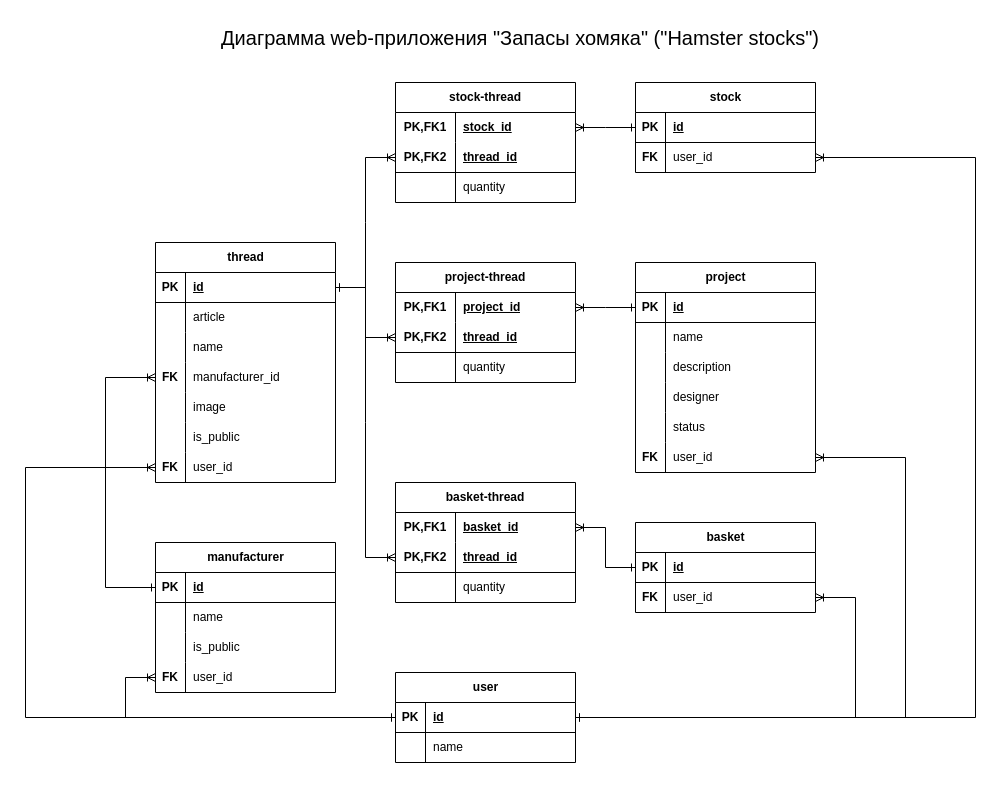
This is diagramm_hamster/Диаграмма Запасы хомяка.drawio from Vimpleks/django-hamster-stocks, a draw.io file, before an edit. Source tidied: cells renumbered, new cells numbered last; positions are measured from the earlier drawing's top-left corner, leaving out a move shared by most shapes. Both pictures are drawn from the tidied source at 100%, with x=0, y=0 at pixel (25, 17).
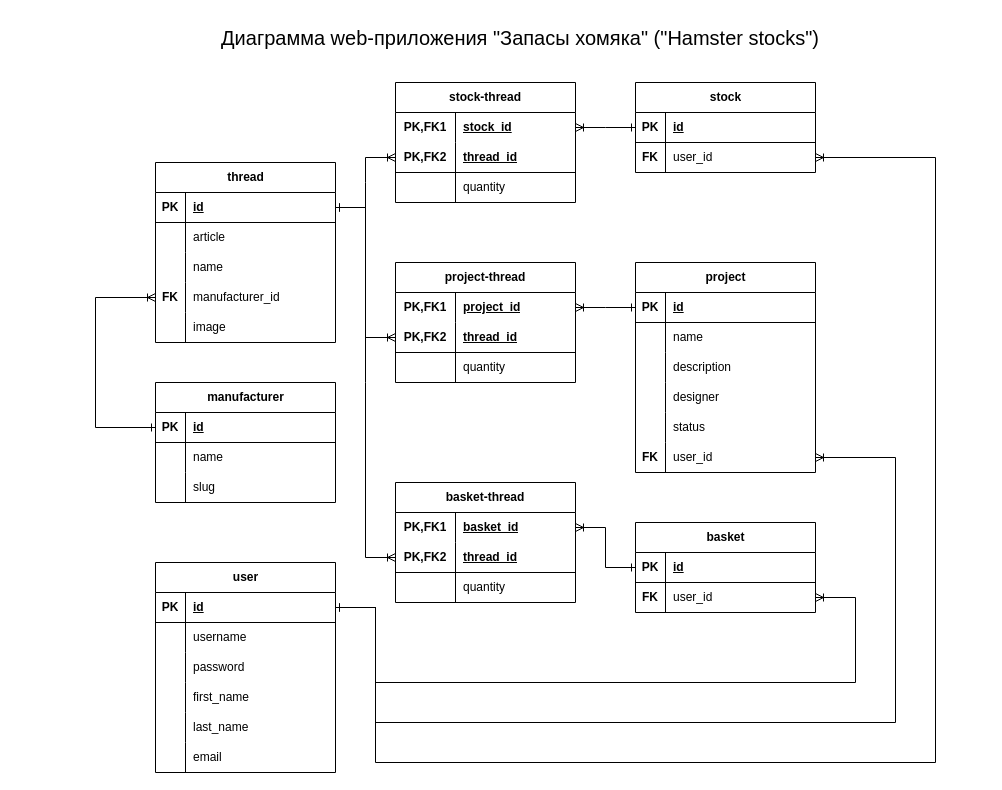
After the change.

Unchanged cells that the change refers to:
```xml
<mxCell id="12" style="shape=tableRow;horizontal=0;startSize=0;swimlaneHead=0;swimlaneBody=0;fillColor=none;points=[[0,0.5],[1,0.5]];portConstraint=eastwest;top=0;left=0;right=0;bottom=0;" parent="2" vertex="1">
  <mxGeometry y="120" width="180" height="30" as="geometry" />
</mxCell>
<mxCell id="25" style="shape=tableRow;horizontal=0;startSize=0;swimlaneHead=0;swimlaneBody=0;fillColor=none;points=[[0,0.5],[1,0.5]];portConstraint=eastwest;top=0;left=0;right=0;bottom=1;" parent="24" vertex="1">
  <mxGeometry y="30" width="180" height="30" as="geometry" />
</mxCell>
<mxCell id="31" style="shape=tableRow;horizontal=0;startSize=0;swimlaneHead=0;swimlaneBody=0;fillColor=none;top=0;left=0;right=0;bottom=0;" parent="24" vertex="1">
  <mxGeometry y="90" width="180" height="30" as="geometry" />
</mxCell>
<mxCell id="53" style="shape=tableRow;horizontal=0;startSize=0;swimlaneHead=0;swimlaneBody=0;fillColor=none;points=[[0,0.5],[1,0.5]];portConstraint=eastwest;top=0;left=0;right=0;bottom=0;" parent="37" vertex="1">
  <mxGeometry y="180" width="180" height="30" as="geometry" />
</mxCell>
<mxCell id="60" style="shape=tableRow;horizontal=0;startSize=0;swimlaneHead=0;swimlaneBody=0;fillColor=none;points=[[0,0.5],[1,0.5]];portConstraint=eastwest;top=0;left=0;right=0;bottom=0;" parent="56" vertex="1">
  <mxGeometry y="60" width="180" height="30" as="geometry" />
</mxCell>
<mxCell id="67" style="shape=tableRow;horizontal=0;startSize=0;swimlaneHead=0;swimlaneBody=0;fillColor=none;points=[[0,0.5],[1,0.5]];portConstraint=eastwest;top=0;left=0;right=0;bottom=0;" parent="63" vertex="1">
  <mxGeometry y="60" width="180" height="30" as="geometry" />
</mxCell>
<mxCell id="101" style="shape=tableRow;horizontal=0;startSize=0;swimlaneHead=0;swimlaneBody=0;fillColor=none;points=[[0,0.5],[1,0.5]];portConstraint=eastwest;top=0;left=0;right=0;bottom=1;" parent="100" vertex="1">
  <mxGeometry y="30" width="180" height="30" as="geometry" />
</mxCell>
<mxCell id="104" style="shape=tableRow;horizontal=0;startSize=0;swimlaneHead=0;swimlaneBody=0;fillColor=none;top=0;left=0;right=0;bottom=0;" parent="100" vertex="1">
  <mxGeometry y="60" width="180" height="30" as="geometry" />
</mxCell>
```

What changed in the source:
```diff
@@
     <mxCell id="2" value="thread" style="shape=table;startSize=30;childLayout=tableLayout;rowLines=0;fontStyle=1;align=center;html=1;" parent="1" vertex="1">
-      <mxGeometry x="130" y="225" width="180" height="240" as="geometry" />
+      <mxGeometry x="130" y="145" width="180" height="180" as="geometry" />
     </mxCell>
@@
-    <mxCell id="18" style="shape=tableRow;horizontal=0;startSize=0;swimlaneHead=0;swimlaneBody=0;fillColor=none;top=0;left=0;right=0;bottom=0;" parent="2" vertex="1">
-      <mxGeometry y="180" width="180" height="30" as="geometry" />
-    </mxCell>
-    <mxCell id="19" style="shape=partialRectangle;fillColor=none;top=0;left=0;bottom=0;right=0;overflow=hidden;whiteSpace=wrap;html=1;" parent="18" vertex="1">
-      <mxGeometry width="30" height="30" as="geometry" />
-    </mxCell>
-    <mxCell id="20" value="is_public" style="shape=partialRectangle;fillColor=none;top=0;left=0;bottom=0;right=0;align=left;spacingLeft=6;overflow=hidden;whiteSpace=wrap;html=1;" parent="18" vertex="1">
-      <mxGeometry x="30" width="150" height="30" as="geometry" />
-    </mxCell>
-    <mxCell id="21" style="shape=tableRow;horizontal=0;startSize=0;swimlaneHead=0;swimlaneBody=0;fillColor=none;points=[[0,0.5],[1,0.5]];portConstraint=eastwest;top=0;left=0;right=0;bottom=0;" parent="2" vertex="1">
-      <mxGeometry y="210" width="180" height="30" as="geometry" />
-    </mxCell>
-    <mxCell id="22" style="shape=partialRectangle;fillColor=none;top=0;left=0;bottom=0;right=0;overflow=hidden;whiteSpace=wrap;html=1;" parent="21" vertex="1">
-      <mxGeometry width="30" height="30" as="geometry" />
-    </mxCell>
-    <mxCell id="23" value="user_id" style="shape=partialRectangle;fillColor=none;top=0;left=0;bottom=0;right=0;align=left;spacingLeft=6;overflow=hidden;whiteSpace=wrap;html=1;" parent="21" vertex="1">
-      <mxGeometry x="30" width="150" height="30" as="geometry" />
-    </mxCell>
     <mxCell id="24" value="manufacturer" style="shape=table;startSize=30;childLayout=tableLayout;rowLines=0;fontStyle=1;align=center;html=1;" parent="1" vertex="1">
-      <mxGeometry x="130" y="525" width="180" height="150" as="geometry" />
+      <mxGeometry x="130" y="365" width="180" height="120" as="geometry" />
     </mxCell>
@@
-    <mxCell id="33" value="is_public" style="shape=partialRectangle;fillColor=none;top=0;left=0;bottom=0;right=0;align=left;spacingLeft=6;overflow=hidden;whiteSpace=wrap;html=1;" parent="31" vertex="1">
+    <mxCell id="33" value="slug" style="shape=partialRectangle;fillColor=none;top=0;left=0;bottom=0;right=0;align=left;spacingLeft=6;overflow=hidden;whiteSpace=wrap;html=1;" parent="31" vertex="1">
       <mxGeometry x="30" width="150" height="30" as="geometry" />
     </mxCell>
-    <mxCell id="34" style="shape=tableRow;horizontal=0;startSize=0;swimlaneHead=0;swimlaneBody=0;fillColor=none;points=[[0,0.5],[1,0.5]];portConstraint=eastwest;top=0;left=0;right=0;bottom=0;" parent="24" vertex="1">
-      <mxGeometry y="120" width="180" height="30" as="geometry" />
-    </mxCell>
-    <mxCell id="35" style="shape=partialRectangle;fillColor=none;top=0;left=0;bottom=0;right=0;overflow=hidden;whiteSpace=wrap;html=1;" parent="34" vertex="1">
-      <mxGeometry width="30" height="30" as="geometry" />
-    </mxCell>
-    <mxCell id="36" value="user_id" style="shape=partialRectangle;fillColor=none;top=0;left=0;bottom=0;right=0;align=left;spacingLeft=6;overflow=hidden;whiteSpace=wrap;html=1;" parent="34" vertex="1">
-      <mxGeometry x="30" width="150" height="30" as="geometry" />
-    </mxCell>
@@
     <mxCell id="100" value="user" style="shape=table;startSize=30;childLayout=tableLayout;rowLines=0;fontStyle=1;align=center;html=1;" parent="1" vertex="1">
-      <mxGeometry x="370" y="655" width="180" height="90" as="geometry" />
+      <mxGeometry x="130" y="545" width="180" height="210" as="geometry" />
     </mxCell>
@@
-    <mxCell id="106" value="name" style="shape=partialRectangle;fillColor=none;top=0;left=0;bottom=0;right=0;align=left;spacingLeft=6;overflow=hidden;whiteSpace=wrap;html=1;" parent="104" vertex="1">
+    <mxCell id="106" value="username" style="shape=partialRectangle;fillColor=none;top=0;left=0;bottom=0;right=0;align=left;spacingLeft=6;overflow=hidden;whiteSpace=wrap;html=1;" parent="104" vertex="1">
       <mxGeometry x="30" width="150" height="30" as="geometry" />
     </mxCell>
+    <mxCell id="124" style="shape=tableRow;horizontal=0;startSize=0;swimlaneHead=0;swimlaneBody=0;fillColor=none;top=0;left=0;right=0;bottom=0;" parent="100" vertex="1">
+      <mxGeometry y="90" width="180" height="30" as="geometry" />
+    </mxCell>
+    <mxCell id="125" style="shape=partialRectangle;fillColor=none;top=0;left=0;bottom=0;right=0;overflow=hidden;whiteSpace=wrap;html=1;" parent="124" vertex="1">
+      <mxGeometry width="30" height="30" as="geometry" />
+    </mxCell>
+    <mxCell id="126" value="password" style="shape=partialRectangle;fillColor=none;top=0;left=0;bottom=0;right=0;align=left;spacingLeft=6;overflow=hidden;whiteSpace=wrap;html=1;" parent="124" vertex="1">
+      <mxGeometry x="30" width="150" height="30" as="geometry" />
+    </mxCell>
+    <mxCell id="34" style="shape=tableRow;horizontal=0;startSize=0;swimlaneHead=0;swimlaneBody=0;fillColor=none;points=[[0,0.5],[1,0.5]];portConstraint=eastwest;top=0;left=0;right=0;bottom=0;" parent="100" vertex="1">
+      <mxGeometry y="120" width="180" height="30" as="geometry" />
+    </mxCell>
+    <mxCell id="127" style="shape=partialRectangle;fillColor=none;top=0;left=0;bottom=0;right=0;overflow=hidden;whiteSpace=wrap;html=1;" parent="34" vertex="1">
+      <mxGeometry width="30" height="30" as="geometry" />
+    </mxCell>
+    <mxCell id="128" value="first_name" style="shape=partialRectangle;fillColor=none;top=0;left=0;bottom=0;right=0;align=left;spacingLeft=6;overflow=hidden;whiteSpace=wrap;html=1;" parent="34" vertex="1">
+      <mxGeometry x="30" width="150" height="30" as="geometry" />
+    </mxCell>
+    <mxCell id="129" style="shape=tableRow;horizontal=0;startSize=0;swimlaneHead=0;swimlaneBody=0;fillColor=none;top=0;left=0;right=0;bottom=0;" parent="100" vertex="1">
+      <mxGeometry y="150" width="180" height="30" as="geometry" />
+    </mxCell>
+    <mxCell id="130" style="shape=partialRectangle;fillColor=none;top=0;left=0;bottom=0;right=0;overflow=hidden;whiteSpace=wrap;html=1;" parent="129" vertex="1">
+      <mxGeometry width="30" height="30" as="geometry" />
+    </mxCell>
+    <mxCell id="131" value="last_name" style="shape=partialRectangle;fillColor=none;top=0;left=0;bottom=0;right=0;align=left;spacingLeft=6;overflow=hidden;whiteSpace=wrap;html=1;" parent="129" vertex="1">
+      <mxGeometry x="30" width="150" height="30" as="geometry" />
+    </mxCell>
+    <mxCell id="18" style="shape=tableRow;horizontal=0;startSize=0;swimlaneHead=0;swimlaneBody=0;fillColor=none;top=0;left=0;right=0;bottom=0;" parent="100" vertex="1">
+      <mxGeometry y="180" width="180" height="30" as="geometry" />
+    </mxCell>
+    <mxCell id="132" style="shape=partialRectangle;fillColor=none;top=0;left=0;bottom=0;right=0;overflow=hidden;whiteSpace=wrap;html=1;" parent="18" vertex="1">
+      <mxGeometry width="30" height="30" as="geometry" />
+    </mxCell>
+    <mxCell id="133" value="email" style="shape=partialRectangle;fillColor=none;top=0;left=0;bottom=0;right=0;align=left;spacingLeft=6;overflow=hidden;whiteSpace=wrap;html=1;" parent="18" vertex="1">
+      <mxGeometry x="30" width="150" height="30" as="geometry" />
+    </mxCell>
-    <mxCell id="107" style="edgeStyle=orthogonalEdgeStyle;fontSize=12;html=1;endArrow=ERoneToMany;rounded=0;exitX=0;exitY=0.5;exitDx=0;exitDy=0;entryX=0;entryY=0.5;entryDx=0;entryDy=0;startArrow=ERone;startFill=0;" parent="1" edge="1" source="25" target="12">
+    <mxCell id="107" style="edgeStyle=orthogonalEdgeStyle;fontSize=12;html=1;endArrow=ERoneToMany;rounded=0;entryX=0;entryY=0.5;entryDx=0;entryDy=0;startArrow=ERone;startFill=0;exitX=0;exitY=0.5;exitDx=0;exitDy=0;" parent="1" edge="1" source="25" target="12">
       <mxGeometry relative="1" as="geometry">
         <Array as="points">
-          <mxPoint x="80" y="570" />
-          <mxPoint x="80" y="360" />
+          <mxPoint x="70" y="410" />
+          <mxPoint x="70" y="280" />
         </Array>
       </mxGeometry>
     </mxCell>
-    <mxCell id="108" style="edgeStyle=orthogonalEdgeStyle;fontSize=12;html=1;endArrow=ERoneToMany;rounded=0;entryX=1;entryY=0.5;entryDx=0;entryDy=0;startArrow=ERone;startFill=0;" parent="1" edge="1" source="101" target="60">
+    <mxCell id="108" style="edgeStyle=orthogonalEdgeStyle;fontSize=12;html=1;endArrow=ERoneToMany;rounded=0;entryX=1;entryY=0.5;entryDx=0;entryDy=0;startArrow=ERone;startFill=0;exitX=1;exitY=0.5;exitDx=0;exitDy=0;" parent="1" edge="1" source="101" target="60">
       <mxGeometry relative="1" as="geometry">
         <Array as="points">
-          <mxPoint x="830" y="700" />
+          <mxPoint x="350" y="590" />
+          <mxPoint x="350" y="665" />
+          <mxPoint x="830" y="665" />
           <mxPoint x="830" y="580" />
         </Array>
       </mxGeometry>
     </mxCell>
     <mxCell id="109" style="edgeStyle=orthogonalEdgeStyle;fontSize=12;html=1;endArrow=ERoneToMany;rounded=0;exitX=1;exitY=0.5;exitDx=0;exitDy=0;entryX=1;entryY=0.5;entryDx=0;entryDy=0;startArrow=ERone;startFill=0;" parent="1" edge="1" source="101" target="67">
       <mxGeometry relative="1" as="geometry">
         <Array as="points">
-          <mxPoint x="950" y="700" />
-          <mxPoint x="950" y="140" />
+          <mxPoint x="350" y="590" />
+          <mxPoint x="350" y="745" />
+          <mxPoint x="910" y="745" />
+          <mxPoint x="910" y="140" />
         </Array>
       </mxGeometry>
     </mxCell>
     <mxCell id="110" style="edgeStyle=orthogonalEdgeStyle;fontSize=12;html=1;endArrow=ERoneToMany;rounded=0;exitX=1;exitY=0.5;exitDx=0;exitDy=0;entryX=1;entryY=0.5;entryDx=0;entryDy=0;startArrow=ERone;startFill=0;" parent="1" edge="1" source="101" target="53">
       <mxGeometry relative="1" as="geometry">
         <Array as="points">
-          <mxPoint x="880" y="700" />
-          <mxPoint x="880" y="440" />
+          <mxPoint x="350" y="590" />
+          <mxPoint x="350" y="705" />
+          <mxPoint x="870" y="705" />
+          <mxPoint x="870" y="440" />
         </Array>
       </mxGeometry>
     </mxCell>
@@
-    <mxCell id="119" style="edgeStyle=orthogonalEdgeStyle;fontSize=12;html=1;endArrow=ERoneToMany;rounded=0;entryX=0;entryY=0.5;entryDx=0;entryDy=0;exitX=0;exitY=0.5;exitDx=0;exitDy=0;startArrow=ERone;startFill=0;" parent="1" edge="1" source="101" target="34">
-      <mxGeometry relative="1" as="geometry">
-        <Array as="points">
-          <mxPoint x="100" y="700" />
-          <mxPoint x="100" y="660" />
-        </Array>
-      </mxGeometry>
-    </mxCell>
-    <mxCell id="120" style="edgeStyle=orthogonalEdgeStyle;fontSize=12;html=1;endArrow=ERoneToMany;rounded=0;entryX=0;entryY=0.5;entryDx=0;entryDy=0;exitX=0;exitY=0.5;exitDx=0;exitDy=0;startArrow=ERone;startFill=0;" parent="1" edge="1" source="101" target="21">
-      <mxGeometry relative="1" as="geometry">
-        <Array as="points">
-          <mxPoint y="700" />
-          <mxPoint y="450" />
-        </Array>
-      </mxGeometry>
-    </mxCell>
-    <mxCell id="121" value="&lt;b&gt;FK&lt;/b&gt;" style="shape=partialRectangle;fillColor=none;top=0;left=0;bottom=0;right=0;overflow=hidden;whiteSpace=wrap;html=1;" parent="1" vertex="1">
-      <mxGeometry x="130" y="435" width="30" height="30" as="geometry" />
-    </mxCell>
-    <mxCell id="122" value="&lt;b&gt;FK&lt;/b&gt;" style="shape=partialRectangle;fillColor=none;top=0;left=0;bottom=0;right=0;overflow=hidden;whiteSpace=wrap;html=1;" parent="1" vertex="1">
-      <mxGeometry x="130" y="645" width="30" height="30" as="geometry" />
-    </mxCell>
```
